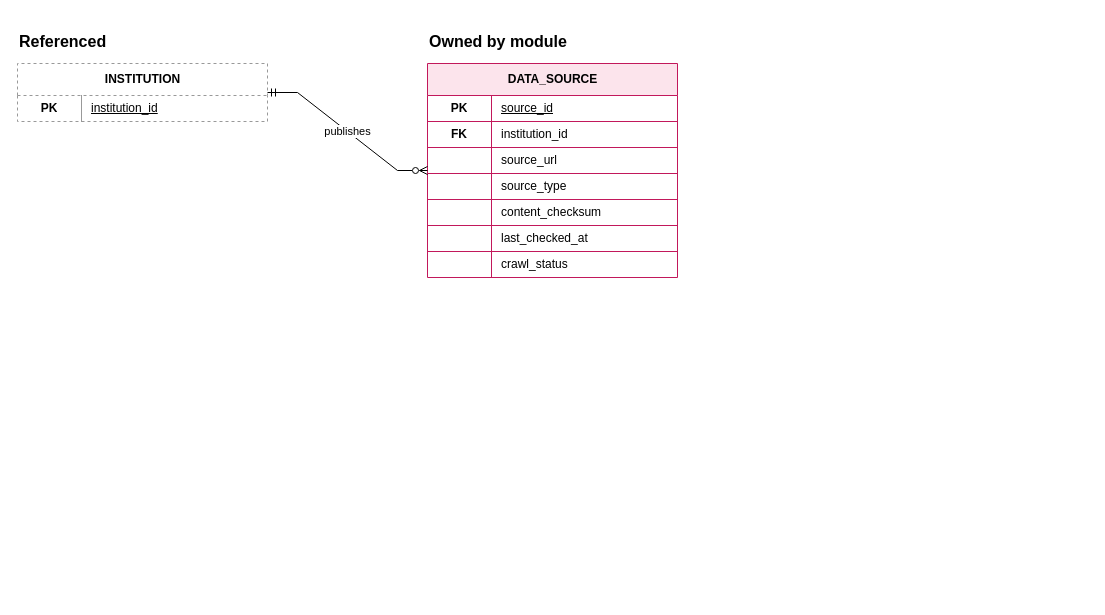
Earlier version of the draw.io diagram page "08 Content Pipeline" (9 of 10) of docs/diagrams/erd/edulaunch-erd.drawio (AzimAminz/EduLaunch). Source tidied: cells renumbered, new cells numbered last; positions are measured from the earlier drawing's top-left corner, leaving out a move shared by most shapes. Both pictures are drawn from the tidied source at 100%, with x=0, y=0 at pixel (17, 17).
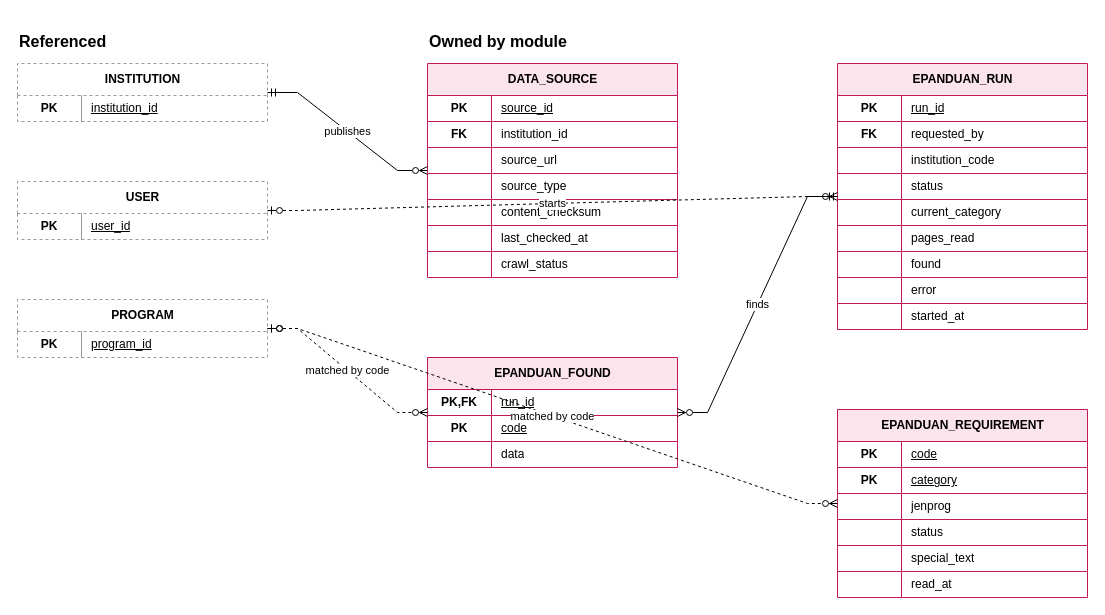
The same page after the edit.

Change to the diagram source:
```diff
@@
+    <mxCell id="31" value="USER" style="shape=table;startSize=32;childLayout=tableLayout;rowLines=1;fontStyle=1;align=center;html=1;fillColor=#ffffff;strokeColor=#999999;dashed=1;" parent="1" vertex="1">
+      <mxGeometry y="164" width="250" height="58" as="geometry" />
+    </mxCell>
+    <mxCell id="32" style="shape=tableRow;horizontal=0;startSize=0;swimlaneHead=0;swimlaneBody=0;fillColor=none;top=0;left=0;right=0;bottom=0;strokeColor=#999999;" parent="31" vertex="1">
+      <mxGeometry y="32" width="250" height="26" as="geometry" />
+    </mxCell>
+    <mxCell id="33" value="PK" style="shape=partialRectangle;fillColor=none;top=0;left=0;bottom=0;right=0;fontStyle=1;overflow=hidden;whiteSpace=wrap;html=1;align=center;" parent="32" vertex="1">
+      <mxGeometry width="64" height="26" as="geometry" />
+    </mxCell>
+    <mxCell id="34" value="user_id" style="shape=partialRectangle;fillColor=none;top=0;left=1;bottom=0;right=0;align=left;spacingLeft=8;fontStyle=4;overflow=hidden;whiteSpace=wrap;html=1;strokeColor=#999999;" parent="32" vertex="1">
+      <mxGeometry x="64" width="186" height="26" as="geometry" />
+    </mxCell>
+    <mxCell id="35" value="PROGRAM" style="shape=table;startSize=32;childLayout=tableLayout;rowLines=1;fontStyle=1;align=center;html=1;fillColor=#ffffff;strokeColor=#999999;dashed=1;" parent="1" vertex="1">
+      <mxGeometry y="282" width="250" height="58" as="geometry" />
+    </mxCell>
+    <mxCell id="36" style="shape=tableRow;horizontal=0;startSize=0;swimlaneHead=0;swimlaneBody=0;fillColor=none;top=0;left=0;right=0;bottom=0;strokeColor=#999999;" parent="35" vertex="1">
+      <mxGeometry y="32" width="250" height="26" as="geometry" />
+    </mxCell>
+    <mxCell id="37" value="PK" style="shape=partialRectangle;fillColor=none;top=0;left=0;bottom=0;right=0;fontStyle=1;overflow=hidden;whiteSpace=wrap;html=1;align=center;" parent="36" vertex="1">
+      <mxGeometry width="64" height="26" as="geometry" />
+    </mxCell>
+    <mxCell id="38" value="program_id" style="shape=partialRectangle;fillColor=none;top=0;left=1;bottom=0;right=0;align=left;spacingLeft=8;fontStyle=4;overflow=hidden;whiteSpace=wrap;html=1;strokeColor=#999999;" parent="36" vertex="1">
+      <mxGeometry x="64" width="186" height="26" as="geometry" />
+    </mxCell>
@@
+    <mxCell id="39" value="EPANDUAN_FOUND" style="shape=table;startSize=32;childLayout=tableLayout;rowLines=1;fontStyle=1;align=center;html=1;fillColor=#fce4ec;strokeColor=#c2185b;" parent="1" vertex="1">
+      <mxGeometry x="410" y="340" width="250" height="110" as="geometry" />
+    </mxCell>
+    <mxCell id="40" style="shape=tableRow;horizontal=0;startSize=0;swimlaneHead=0;swimlaneBody=0;fillColor=none;top=0;left=0;right=0;bottom=1;strokeColor=#c2185b;" parent="39" vertex="1">
+      <mxGeometry y="32" width="250" height="26" as="geometry" />
+    </mxCell>
+    <mxCell id="41" value="PK,FK" style="shape=partialRectangle;fillColor=none;top=0;left=0;bottom=0;right=0;fontStyle=1;overflow=hidden;whiteSpace=wrap;html=1;align=center;" parent="40" vertex="1">
+      <mxGeometry width="64" height="26" as="geometry" />
+    </mxCell>
+    <mxCell id="42" value="run_id" style="shape=partialRectangle;fillColor=none;top=0;left=1;bottom=0;right=0;align=left;spacingLeft=8;fontStyle=4;overflow=hidden;whiteSpace=wrap;html=1;strokeColor=#c2185b;" parent="40" vertex="1">
+      <mxGeometry x="64" width="186" height="26" as="geometry" />
+    </mxCell>
+    <mxCell id="43" style="shape=tableRow;horizontal=0;startSize=0;swimlaneHead=0;swimlaneBody=0;fillColor=none;top=0;left=0;right=0;bottom=1;strokeColor=#c2185b;" parent="39" vertex="1">
+      <mxGeometry y="58" width="250" height="26" as="geometry" />
+    </mxCell>
+    <mxCell id="44" value="PK" style="shape=partialRectangle;fillColor=none;top=0;left=0;bottom=0;right=0;fontStyle=1;overflow=hidden;whiteSpace=wrap;html=1;align=center;" parent="43" vertex="1">
+      <mxGeometry width="64" height="26" as="geometry" />
+    </mxCell>
+    <mxCell id="45" value="code" style="shape=partialRectangle;fillColor=none;top=0;left=1;bottom=0;right=0;align=left;spacingLeft=8;fontStyle=4;overflow=hidden;whiteSpace=wrap;html=1;strokeColor=#c2185b;" parent="43" vertex="1">
+      <mxGeometry x="64" width="186" height="26" as="geometry" />
+    </mxCell>
+    <mxCell id="46" style="shape=tableRow;horizontal=0;startSize=0;swimlaneHead=0;swimlaneBody=0;fillColor=none;top=0;left=0;right=0;bottom=0;strokeColor=#c2185b;" parent="39" vertex="1">
+      <mxGeometry y="84" width="250" height="26" as="geometry" />
+    </mxCell>
+    <mxCell id="47" style="shape=partialRectangle;fillColor=none;top=0;left=0;bottom=0;right=0;overflow=hidden;whiteSpace=wrap;html=1;align=center;" parent="46" vertex="1">
+      <mxGeometry width="64" height="26" as="geometry" />
+    </mxCell>
+    <mxCell id="48" value="data" style="shape=partialRectangle;fillColor=none;top=0;left=1;bottom=0;right=0;align=left;spacingLeft=8;overflow=hidden;whiteSpace=wrap;html=1;strokeColor=#c2185b;" parent="46" vertex="1">
+      <mxGeometry x="64" width="186" height="26" as="geometry" />
+    </mxCell>
+    <mxCell id="49" value="EPANDUAN_RUN" style="shape=table;startSize=32;childLayout=tableLayout;rowLines=1;fontStyle=1;align=center;html=1;fillColor=#fce4ec;strokeColor=#c2185b;" parent="1" vertex="1">
+      <mxGeometry x="820" y="46" width="250" height="266" as="geometry" />
+    </mxCell>
+    <mxCell id="50" style="shape=tableRow;horizontal=0;startSize=0;swimlaneHead=0;swimlaneBody=0;fillColor=none;top=0;left=0;right=0;bottom=1;strokeColor=#c2185b;" parent="49" vertex="1">
+      <mxGeometry y="32" width="250" height="26" as="geometry" />
+    </mxCell>
+    <mxCell id="51" value="PK" style="shape=partialRectangle;fillColor=none;top=0;left=0;bottom=0;right=0;fontStyle=1;overflow=hidden;whiteSpace=wrap;html=1;align=center;" parent="50" vertex="1">
+      <mxGeometry width="64" height="26" as="geometry" />
+    </mxCell>
+    <mxCell id="52" value="run_id" style="shape=partialRectangle;fillColor=none;top=0;left=1;bottom=0;right=0;align=left;spacingLeft=8;fontStyle=4;overflow=hidden;whiteSpace=wrap;html=1;strokeColor=#c2185b;" parent="50" vertex="1">
+      <mxGeometry x="64" width="186" height="26" as="geometry" />
+    </mxCell>
+    <mxCell id="53" style="shape=tableRow;horizontal=0;startSize=0;swimlaneHead=0;swimlaneBody=0;fillColor=none;top=0;left=0;right=0;bottom=1;strokeColor=#c2185b;" parent="49" vertex="1">
+      <mxGeometry y="58" width="250" height="26" as="geometry" />
+    </mxCell>
+    <mxCell id="54" value="FK" style="shape=partialRectangle;fillColor=none;top=0;left=0;bottom=0;right=0;fontStyle=1;overflow=hidden;whiteSpace=wrap;html=1;align=center;" parent="53" vertex="1">
+      <mxGeometry width="64" height="26" as="geometry" />
+    </mxCell>
+    <mxCell id="55" value="requested_by" style="shape=partialRectangle;fillColor=none;top=0;left=1;bottom=0;right=0;align=left;spacingLeft=8;overflow=hidden;whiteSpace=wrap;html=1;strokeColor=#c2185b;" parent="53" vertex="1">
+      <mxGeometry x="64" width="186" height="26" as="geometry" />
+    </mxCell>
+    <mxCell id="56" style="shape=tableRow;horizontal=0;startSize=0;swimlaneHead=0;swimlaneBody=0;fillColor=none;top=0;left=0;right=0;bottom=1;strokeColor=#c2185b;" parent="49" vertex="1">
+      <mxGeometry y="84" width="250" height="26" as="geometry" />
+    </mxCell>
+    <mxCell id="57" style="shape=partialRectangle;fillColor=none;top=0;left=0;bottom=0;right=0;overflow=hidden;whiteSpace=wrap;html=1;align=center;" parent="56" vertex="1">
+      <mxGeometry width="64" height="26" as="geometry" />
+    </mxCell>
+    <mxCell id="58" value="institution_code" style="shape=partialRectangle;fillColor=none;top=0;left=1;bottom=0;right=0;align=left;spacingLeft=8;overflow=hidden;whiteSpace=wrap;html=1;strokeColor=#c2185b;" parent="56" vertex="1">
+      <mxGeometry x="64" width="186" height="26" as="geometry" />
+    </mxCell>
+    <mxCell id="59" style="shape=tableRow;horizontal=0;startSize=0;swimlaneHead=0;swimlaneBody=0;fillColor=none;top=0;left=0;right=0;bottom=1;strokeColor=#c2185b;" parent="49" vertex="1">
+      <mxGeometry y="110" width="250" height="26" as="geometry" />
+    </mxCell>
+    <mxCell id="60" style="shape=partialRectangle;fillColor=none;top=0;left=0;bottom=0;right=0;overflow=hidden;whiteSpace=wrap;html=1;align=center;" parent="59" vertex="1">
+      <mxGeometry width="64" height="26" as="geometry" />
+    </mxCell>
+    <mxCell id="61" value="status" style="shape=partialRectangle;fillColor=none;top=0;left=1;bottom=0;right=0;align=left;spacingLeft=8;overflow=hidden;whiteSpace=wrap;html=1;strokeColor=#c2185b;" parent="59" vertex="1">
+      <mxGeometry x="64" width="186" height="26" as="geometry" />
+    </mxCell>
+    <mxCell id="62" style="shape=tableRow;horizontal=0;startSize=0;swimlaneHead=0;swimlaneBody=0;fillColor=none;top=0;left=0;right=0;bottom=1;strokeColor=#c2185b;" parent="49" vertex="1">
+      <mxGeometry y="136" width="250" height="26" as="geometry" />
+    </mxCell>
+    <mxCell id="63" style="shape=partialRectangle;fillColor=none;top=0;left=0;bottom=0;right=0;overflow=hidden;whiteSpace=wrap;html=1;align=center;" parent="62" vertex="1">
+      <mxGeometry width="64" height="26" as="geometry" />
+    </mxCell>
+    <mxCell id="64" value="current_category" style="shape=partialRectangle;fillColor=none;top=0;left=1;bottom=0;right=0;align=left;spacingLeft=8;overflow=hidden;whiteSpace=wrap;html=1;strokeColor=#c2185b;" parent="62" vertex="1">
+      <mxGeometry x="64" width="186" height="26" as="geometry" />
+    </mxCell>
+    <mxCell id="65" style="shape=tableRow;horizontal=0;startSize=0;swimlaneHead=0;swimlaneBody=0;fillColor=none;top=0;left=0;right=0;bottom=1;strokeColor=#c2185b;" parent="49" vertex="1">
+      <mxGeometry y="162" width="250" height="26" as="geometry" />
+    </mxCell>
+    <mxCell id="66" style="shape=partialRectangle;fillColor=none;top=0;left=0;bottom=0;right=0;overflow=hidden;whiteSpace=wrap;html=1;align=center;" parent="65" vertex="1">
+      <mxGeometry width="64" height="26" as="geometry" />
+    </mxCell>
+    <mxCell id="67" value="pages_read" style="shape=partialRectangle;fillColor=none;top=0;left=1;bottom=0;right=0;align=left;spacingLeft=8;overflow=hidden;whiteSpace=wrap;html=1;strokeColor=#c2185b;" parent="65" vertex="1">
+      <mxGeometry x="64" width="186" height="26" as="geometry" />
+    </mxCell>
+    <mxCell id="68" style="shape=tableRow;horizontal=0;startSize=0;swimlaneHead=0;swimlaneBody=0;fillColor=none;top=0;left=0;right=0;bottom=1;strokeColor=#c2185b;" parent="49" vertex="1">
+      <mxGeometry y="188" width="250" height="26" as="geometry" />
+    </mxCell>
+    <mxCell id="69" style="shape=partialRectangle;fillColor=none;top=0;left=0;bottom=0;right=0;overflow=hidden;whiteSpace=wrap;html=1;align=center;" parent="68" vertex="1">
+      <mxGeometry width="64" height="26" as="geometry" />
+    </mxCell>
+    <mxCell id="70" value="found" style="shape=partialRectangle;fillColor=none;top=0;left=1;bottom=0;right=0;align=left;spacingLeft=8;overflow=hidden;whiteSpace=wrap;html=1;strokeColor=#c2185b;" parent="68" vertex="1">
+      <mxGeometry x="64" width="186" height="26" as="geometry" />
+    </mxCell>
+    <mxCell id="71" style="shape=tableRow;horizontal=0;startSize=0;swimlaneHead=0;swimlaneBody=0;fillColor=none;top=0;left=0;right=0;bottom=1;strokeColor=#c2185b;" parent="49" vertex="1">
+      <mxGeometry y="214" width="250" height="26" as="geometry" />
+    </mxCell>
+    <mxCell id="72" style="shape=partialRectangle;fillColor=none;top=0;left=0;bottom=0;right=0;overflow=hidden;whiteSpace=wrap;html=1;align=center;" parent="71" vertex="1">
+      <mxGeometry width="64" height="26" as="geometry" />
+    </mxCell>
+    <mxCell id="73" value="error" style="shape=partialRectangle;fillColor=none;top=0;left=1;bottom=0;right=0;align=left;spacingLeft=8;overflow=hidden;whiteSpace=wrap;html=1;strokeColor=#c2185b;" parent="71" vertex="1">
+      <mxGeometry x="64" width="186" height="26" as="geometry" />
+    </mxCell>
+    <mxCell id="74" style="shape=tableRow;horizontal=0;startSize=0;swimlaneHead=0;swimlaneBody=0;fillColor=none;top=0;left=0;right=0;bottom=0;strokeColor=#c2185b;" parent="49" vertex="1">
+      <mxGeometry y="240" width="250" height="26" as="geometry" />
+    </mxCell>
+    <mxCell id="75" style="shape=partialRectangle;fillColor=none;top=0;left=0;bottom=0;right=0;overflow=hidden;whiteSpace=wrap;html=1;align=center;" parent="74" vertex="1">
+      <mxGeometry width="64" height="26" as="geometry" />
+    </mxCell>
+    <mxCell id="76" value="started_at" style="shape=partialRectangle;fillColor=none;top=0;left=1;bottom=0;right=0;align=left;spacingLeft=8;overflow=hidden;whiteSpace=wrap;html=1;strokeColor=#c2185b;" parent="74" vertex="1">
+      <mxGeometry x="64" width="186" height="26" as="geometry" />
+    </mxCell>
+    <mxCell id="77" value="EPANDUAN_REQUIREMENT" style="shape=table;startSize=32;childLayout=tableLayout;rowLines=1;fontStyle=1;align=center;html=1;fillColor=#fce4ec;strokeColor=#c2185b;" parent="1" vertex="1">
+      <mxGeometry x="820" y="392" width="250" height="188" as="geometry" />
+    </mxCell>
+    <mxCell id="78" style="shape=tableRow;horizontal=0;startSize=0;swimlaneHead=0;swimlaneBody=0;fillColor=none;top=0;left=0;right=0;bottom=1;strokeColor=#c2185b;" parent="77" vertex="1">
+      <mxGeometry y="32" width="250" height="26" as="geometry" />
+    </mxCell>
+    <mxCell id="79" value="PK" style="shape=partialRectangle;fillColor=none;top=0;left=0;bottom=0;right=0;fontStyle=1;overflow=hidden;whiteSpace=wrap;html=1;align=center;" parent="78" vertex="1">
+      <mxGeometry width="64" height="26" as="geometry" />
+    </mxCell>
+    <mxCell id="80" value="code" style="shape=partialRectangle;fillColor=none;top=0;left=1;bottom=0;right=0;align=left;spacingLeft=8;fontStyle=4;overflow=hidden;whiteSpace=wrap;html=1;strokeColor=#c2185b;" parent="78" vertex="1">
+      <mxGeometry x="64" width="186" height="26" as="geometry" />
+    </mxCell>
+    <mxCell id="81" style="shape=tableRow;horizontal=0;startSize=0;swimlaneHead=0;swimlaneBody=0;fillColor=none;top=0;left=0;right=0;bottom=1;strokeColor=#c2185b;" parent="77" vertex="1">
+      <mxGeometry y="58" width="250" height="26" as="geometry" />
+    </mxCell>
+    <mxCell id="82" value="PK" style="shape=partialRectangle;fillColor=none;top=0;left=0;bottom=0;right=0;fontStyle=1;overflow=hidden;whiteSpace=wrap;html=1;align=center;" parent="81" vertex="1">
+      <mxGeometry width="64" height="26" as="geometry" />
+    </mxCell>
+    <mxCell id="83" value="category" style="shape=partialRectangle;fillColor=none;top=0;left=1;bottom=0;right=0;align=left;spacingLeft=8;fontStyle=4;overflow=hidden;whiteSpace=wrap;html=1;strokeColor=#c2185b;" parent="81" vertex="1">
+      <mxGeometry x="64" width="186" height="26" as="geometry" />
+    </mxCell>
+    <mxCell id="84" style="shape=tableRow;horizontal=0;startSize=0;swimlaneHead=0;swimlaneBody=0;fillColor=none;top=0;left=0;right=0;bottom=1;strokeColor=#c2185b;" parent="77" vertex="1">
+      <mxGeometry y="84" width="250" height="26" as="geometry" />
+    </mxCell>
+    <mxCell id="85" style="shape=partialRectangle;fillColor=none;top=0;left=0;bottom=0;right=0;overflow=hidden;whiteSpace=wrap;html=1;align=center;" parent="84" vertex="1">
+      <mxGeometry width="64" height="26" as="geometry" />
+    </mxCell>
+    <mxCell id="86" value="jenprog" style="shape=partialRectangle;fillColor=none;top=0;left=1;bottom=0;right=0;align=left;spacingLeft=8;overflow=hidden;whiteSpace=wrap;html=1;strokeColor=#c2185b;" parent="84" vertex="1">
+      <mxGeometry x="64" width="186" height="26" as="geometry" />
+    </mxCell>
+    <mxCell id="87" style="shape=tableRow;horizontal=0;startSize=0;swimlaneHead=0;swimlaneBody=0;fillColor=none;top=0;left=0;right=0;bottom=1;strokeColor=#c2185b;" parent="77" vertex="1">
+      <mxGeometry y="110" width="250" height="26" as="geometry" />
+    </mxCell>
+    <mxCell id="88" style="shape=partialRectangle;fillColor=none;top=0;left=0;bottom=0;right=0;overflow=hidden;whiteSpace=wrap;html=1;align=center;" parent="87" vertex="1">
+      <mxGeometry width="64" height="26" as="geometry" />
+    </mxCell>
+    <mxCell id="89" value="status" style="shape=partialRectangle;fillColor=none;top=0;left=1;bottom=0;right=0;align=left;spacingLeft=8;overflow=hidden;whiteSpace=wrap;html=1;strokeColor=#c2185b;" parent="87" vertex="1">
+      <mxGeometry x="64" width="186" height="26" as="geometry" />
+    </mxCell>
+    <mxCell id="90" style="shape=tableRow;horizontal=0;startSize=0;swimlaneHead=0;swimlaneBody=0;fillColor=none;top=0;left=0;right=0;bottom=1;strokeColor=#c2185b;" parent="77" vertex="1">
+      <mxGeometry y="136" width="250" height="26" as="geometry" />
+    </mxCell>
+    <mxCell id="91" style="shape=partialRectangle;fillColor=none;top=0;left=0;bottom=0;right=0;overflow=hidden;whiteSpace=wrap;html=1;align=center;" parent="90" vertex="1">
+      <mxGeometry width="64" height="26" as="geometry" />
+    </mxCell>
+    <mxCell id="92" value="special_text" style="shape=partialRectangle;fillColor=none;top=0;left=1;bottom=0;right=0;align=left;spacingLeft=8;overflow=hidden;whiteSpace=wrap;html=1;strokeColor=#c2185b;" parent="90" vertex="1">
+      <mxGeometry x="64" width="186" height="26" as="geometry" />
+    </mxCell>
+    <mxCell id="93" style="shape=tableRow;horizontal=0;startSize=0;swimlaneHead=0;swimlaneBody=0;fillColor=none;top=0;left=0;right=0;bottom=0;strokeColor=#c2185b;" parent="77" vertex="1">
+      <mxGeometry y="162" width="250" height="26" as="geometry" />
+    </mxCell>
+    <mxCell id="94" style="shape=partialRectangle;fillColor=none;top=0;left=0;bottom=0;right=0;overflow=hidden;whiteSpace=wrap;html=1;align=center;" parent="93" vertex="1">
+      <mxGeometry width="64" height="26" as="geometry" />
+    </mxCell>
+    <mxCell id="95" value="read_at" style="shape=partialRectangle;fillColor=none;top=0;left=1;bottom=0;right=0;align=left;spacingLeft=8;overflow=hidden;whiteSpace=wrap;html=1;strokeColor=#c2185b;" parent="93" vertex="1">
+      <mxGeometry x="64" width="186" height="26" as="geometry" />
+    </mxCell>
@@
+    <mxCell id="96" value="starts" style="edgeStyle=entityRelationEdgeStyle;rounded=0;html=1;startArrow=ERzeroToOne;endArrow=ERzeroToMany;startFill=0;endFill=0;fontSize=11;labelBackgroundColor=#ffffff;dashed=1;" parent="1" edge="1" source="31" target="49">
+      <mxGeometry relative="1" as="geometry" />
+    </mxCell>
+    <mxCell id="97" value="finds" style="edgeStyle=entityRelationEdgeStyle;rounded=0;html=1;startArrow=ERmandOne;endArrow=ERzeroToMany;startFill=0;endFill=0;fontSize=11;labelBackgroundColor=#ffffff;" parent="1" edge="1" source="49" target="39">
+      <mxGeometry relative="1" as="geometry" />
+    </mxCell>
+    <mxCell id="98" value="matched by code" style="edgeStyle=entityRelationEdgeStyle;rounded=0;html=1;startArrow=ERzeroToOne;endArrow=ERzeroToMany;startFill=0;endFill=0;fontSize=11;labelBackgroundColor=#ffffff;dashed=1;" parent="1" edge="1" source="35" target="39">
+      <mxGeometry relative="1" as="geometry" />
+    </mxCell>
+    <mxCell id="99" value="matched by code" style="edgeStyle=entityRelationEdgeStyle;rounded=0;html=1;startArrow=ERzeroToOne;endArrow=ERzeroToMany;startFill=0;endFill=0;fontSize=11;labelBackgroundColor=#ffffff;dashed=1;" parent="1" edge="1" source="35" target="77">
+      <mxGeometry relative="1" as="geometry" />
+    </mxCell>
```
